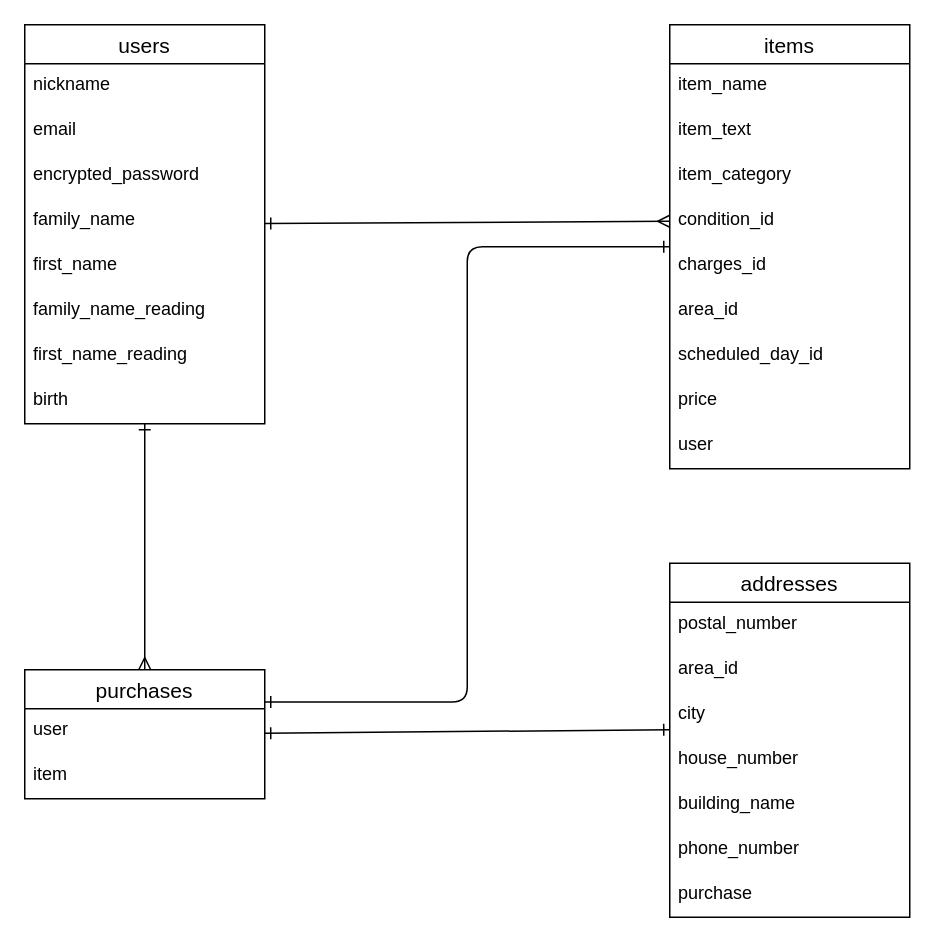
Before: furima.dio in chin-ninn/furima-39116, a draw.io diagram. Source tidied: cells renumbered, new cells numbered last; positions are measured from the earlier drawing's top-left corner, leaving out a move shared by most shapes. Both pictures are drawn from the tidied source at 150%, with x=0, y=0 at pixel (24, 24).
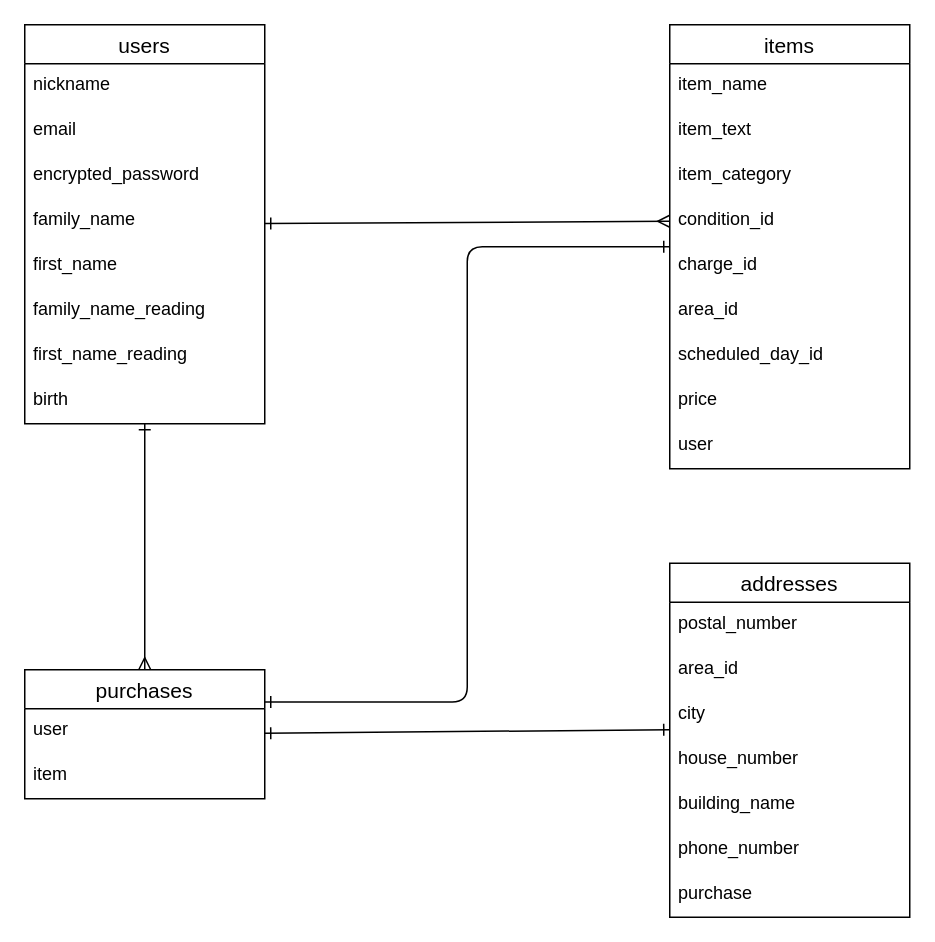
Above is the later version.

Unchanged cells that the change refers to:
```xml
<mxCell id="14" value="items" style="swimlane;fontStyle=0;horizontal=1;startSize=26;align=center;fontSize=14;" parent="1" vertex="1">
  <mxGeometry x="430" width="160" height="296" as="geometry" />
</mxCell>
```

Diff of the diagram source:
```diff
@@
-    <mxCell id="19" value="charges_id" style="text;strokeColor=none;fillColor=none;spacingLeft=4;spacingRight=4;overflow=hidden;fontSize=12;" parent="14" vertex="1">
+    <mxCell id="19" value="charge_id" style="text;strokeColor=none;fillColor=none;spacingLeft=4;spacingRight=4;overflow=hidden;fontSize=12;" parent="14" vertex="1">
       <mxGeometry y="146" width="160" height="30" as="geometry" />
     </mxCell>
```
